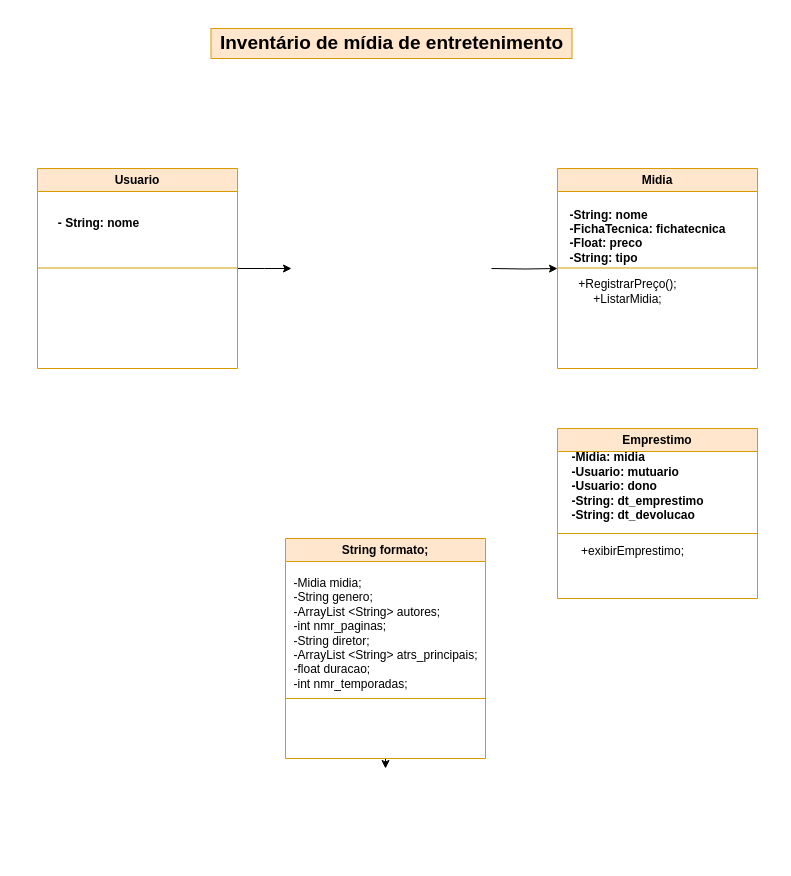
Above: media_inventory(flowchart).drawio in EliasGabrielSA/-media_inventory (draw.io), before the change. Source tidied: cells renumbered, new cells numbered last; positions are measured from the earlier drawing's top-left corner, leaving out a move shared by most shapes. Both pictures are drawn from the tidied source at 100%, with x=0, y=0 at pixel (37, 28).
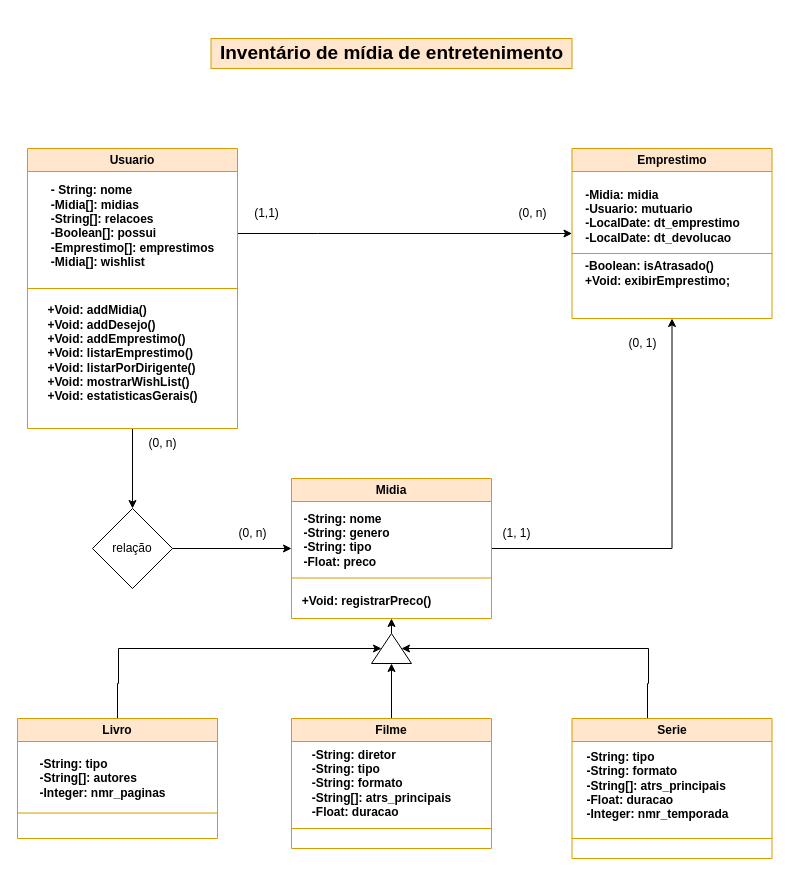
Above is the later version.

Diff of the diagram source:
```diff
@@
-    <mxCell id="2" style="edgeStyle=orthogonalEdgeStyle;rounded=0;jettySize=auto;html=1;entryX=0;entryY=0.5;entryDx=0;entryDy=0;" parent="1" edge="1" source="3">
-      <mxGeometry relative="1" as="geometry">
-        <mxPoint x="254" y="240" as="targetPoint" />
-      </mxGeometry>
-    </mxCell>
+    <mxCell id="20" style="edgeStyle=orthogonalEdgeStyle;rounded=0;jettySize=auto;html=1;" parent="1" edge="1" source="3" target="16">
+      <mxGeometry relative="1" as="geometry">
+        <Array as="points">
+          <mxPoint x="280" y="205" />
+          <mxPoint x="280" y="205" />
+        </Array>
+      </mxGeometry>
+    </mxCell>
+    <mxCell id="21" style="edgeStyle=orthogonalEdgeStyle;rounded=0;jettySize=auto;html=1;entryX=0.5;entryY=0;entryDx=0;entryDy=0;" parent="1" edge="1" source="3" target="41">
+      <mxGeometry relative="1" as="geometry" />
+    </mxCell>
     <mxCell id="3" value="Usuario" style="swimlane;whiteSpace=wrap;html=1;startSize=23;fillColor=#ffe6cc;strokeColor=#d79b00;" parent="1" vertex="1">
-      <mxGeometry y="140" width="200" height="200" as="geometry" />
+      <mxGeometry x="-10" y="120" width="210" height="280" as="geometry" />
     </mxCell>
-    <mxCell id="4" value="&lt;div style=&quot;text-align: justify;&quot;&gt;&lt;span style=&quot;background-color: initial;&quot;&gt;&lt;b&gt;- String: nome&lt;/b&gt;&lt;/span&gt;&lt;/div&gt;" style="text;html=1;align=center;verticalAlign=middle;strokeColor=none;fillColor=none;" parent="3" vertex="1">
-      <mxGeometry x="11" y="40" width="100" height="30" as="geometry" />
+    <mxCell id="4" value="&lt;div style=&quot;text-align: justify;&quot;&gt;&lt;span style=&quot;background-color: initial;&quot;&gt;&lt;b&gt;- String: nome&lt;/b&gt;&lt;/span&gt;&lt;/div&gt;&lt;div style=&quot;text-align: justify;&quot;&gt;&lt;span style=&quot;background-color: initial;&quot;&gt;&lt;b&gt;-Midia[]: midias&lt;/b&gt;&lt;/span&gt;&lt;/div&gt;&lt;div style=&quot;text-align: justify;&quot;&gt;&lt;span style=&quot;background-color: initial;&quot;&gt;&lt;b&gt;-String[]: relacoes&lt;/b&gt;&lt;/span&gt;&lt;/div&gt;&lt;div style=&quot;text-align: justify;&quot;&gt;&lt;span style=&quot;background-color: initial;&quot;&gt;&lt;b&gt;-Boolean[]: possui&lt;/b&gt;&lt;/span&gt;&lt;/div&gt;&lt;div style=&quot;text-align: justify;&quot;&gt;&lt;span style=&quot;background-color: initial;&quot;&gt;&lt;b&gt;-Emprestimo[]: emprestimos&lt;/b&gt;&lt;/span&gt;&lt;/div&gt;&lt;div style=&quot;text-align: justify;&quot;&gt;&lt;span style=&quot;background-color: initial;&quot;&gt;&lt;b&gt;-Midia[]: wishlist&lt;/b&gt;&lt;/span&gt;&lt;/div&gt;&lt;div style=&quot;text-align: justify;&quot;&gt;&lt;br&gt;&lt;/div&gt;" style="text;html=1;align=center;verticalAlign=middle;strokeColor=none;fillColor=none;" parent="3" vertex="1">
+      <mxGeometry x="10" y="30" width="190" height="110" as="geometry" />
     </mxCell>
-    <mxCell id="5" style="endArrow=none;html=1;rounded=0;fillColor=#ffe6cc;strokeColor=#d79b00;" parent="3" edge="1">
-      <mxGeometry relative="1" as="geometry">
-        <mxPoint y="99.5" as="sourcePoint" />
-        <mxPoint x="200" y="99.5" as="targetPoint" />
-      </mxGeometry>
-    </mxCell>
+    <mxCell id="22" value="&lt;div style=&quot;text-align: justify;&quot;&gt;&lt;b style=&quot;background-color: initial;&quot;&gt;+Void: addMidia()&lt;/b&gt;&lt;/div&gt;&lt;b&gt;&lt;div style=&quot;text-align: justify;&quot;&gt;&lt;b style=&quot;background-color: initial;&quot;&gt;+Void: addDesejo()&lt;/b&gt;&lt;/div&gt;&lt;div style=&quot;text-align: justify;&quot;&gt;&lt;b style=&quot;background-color: initial;&quot;&gt;+Void: addEmprestimo()&lt;/b&gt;&lt;/div&gt;&lt;div style=&quot;text-align: justify;&quot;&gt;&lt;b style=&quot;background-color: initial;&quot;&gt;+Void: listarEmprestimo()&lt;/b&gt;&lt;/div&gt;&lt;div style=&quot;text-align: justify;&quot;&gt;&lt;b style=&quot;background-color: initial;&quot;&gt;+Void: listarPorDirigente()&lt;/b&gt;&lt;/div&gt;&lt;div style=&quot;text-align: justify;&quot;&gt;&lt;b style=&quot;background-color: initial;&quot;&gt;+Void: mostrarWishList()&lt;/b&gt;&lt;/div&gt;&lt;div style=&quot;text-align: justify;&quot;&gt;&lt;b style=&quot;background-color: initial;&quot;&gt;+Void: estatisticasGerais()&lt;/b&gt;&lt;/div&gt;&lt;/b&gt;" style="text;html=1;align=center;verticalAlign=middle;strokeColor=none;fillColor=none;" parent="3" vertex="1">
+      <mxGeometry x="10" y="150" width="170" height="110" as="geometry" />
+    </mxCell>
     <mxCell id="6" value="&lt;h2 style=&quot;text-align: justify;&quot;&gt;&lt;span style=&quot;background-color: initial;&quot;&gt;&lt;font style=&quot;font-size: 19px;&quot;&gt;Inventário de mídia de entretenimento&lt;/font&gt;&lt;/span&gt;&lt;/h2&gt;" style="text;html=1;strokeColor=#d79b00;fillColor=#ffe6cc;align=center;verticalAlign=middle;whiteSpace=wrap;rounded=0;" parent="1" vertex="1">
-      <mxGeometry x="173.5" width="361" height="30" as="geometry" />
+      <mxGeometry x="173.5" y="10" width="361" height="30" as="geometry" />
     </mxCell>
+    <mxCell id="23" style="edgeStyle=orthogonalEdgeStyle;rounded=0;jettySize=auto;html=1;entryX=0.5;entryY=1;entryDx=0;entryDy=0;" parent="1" edge="1" source="7" target="16">
+      <mxGeometry relative="1" as="geometry" />
+    </mxCell>
     <mxCell id="7" value="Midia" style="swimlane;whiteSpace=wrap;html=1;startSize=23;fillColor=#ffe6cc;strokeColor=#d79b00;" parent="1" vertex="1">
-      <mxGeometry x="520" y="140" width="200" height="200" as="geometry" />
+      <mxGeometry x="254" y="450" width="200" height="140" as="geometry" />
     </mxCell>
-    <mxCell id="8" value="&lt;div style=&quot;text-align: justify;&quot;&gt;&lt;span style=&quot;background-color: initial;&quot;&gt;&lt;b&gt;-String: nome&lt;/b&gt;&lt;/span&gt;&lt;/div&gt;&lt;div style=&quot;text-align: justify;&quot;&gt;&lt;b style=&quot;background-color: initial;&quot;&gt;-FichaTecnica: fichatecnica&lt;/b&gt;&lt;/div&gt;&lt;div style=&quot;text-align: justify;&quot;&gt;&lt;b style=&quot;background-color: initial;&quot;&gt;-Float: preco&lt;/b&gt;&lt;/div&gt;&lt;div style=&quot;text-align: justify;&quot;&gt;&lt;div style=&quot;border-color: var(--border-color);&quot;&gt;&lt;b style=&quot;border-color: var(--border-color);&quot;&gt;-String: tipo&lt;/b&gt;&lt;/div&gt;&lt;div&gt;&lt;b style=&quot;border-color: var(--border-color);&quot;&gt;&lt;br&gt;&lt;/b&gt;&lt;/div&gt;&lt;/div&gt;" style="text;html=1;align=center;verticalAlign=middle;strokeColor=none;fillColor=none;" parent="7" vertex="1">
-      <mxGeometry y="30" width="180" height="90" as="geometry" />
+    <mxCell id="8" value="&lt;div style=&quot;text-align: justify;&quot;&gt;&lt;span style=&quot;background-color: initial;&quot;&gt;&lt;b&gt;-String: nome&lt;/b&gt;&lt;/span&gt;&lt;/div&gt;&lt;div style=&quot;text-align: justify;&quot;&gt;&lt;b style=&quot;background-color: initial;&quot;&gt;-String: genero&lt;/b&gt;&lt;/div&gt;&lt;div style=&quot;text-align: justify;&quot;&gt;&lt;b style=&quot;background-color: initial;&quot;&gt;-String: tipo&lt;/b&gt;&lt;/div&gt;&lt;div style=&quot;text-align: justify;&quot;&gt;&lt;b style=&quot;background-color: initial; border-color: var(--border-color);&quot;&gt;-Float: preco&lt;/b&gt;&lt;/div&gt;&lt;div style=&quot;text-align: justify;&quot;&gt;&lt;div&gt;&lt;b style=&quot;border-color: var(--border-color);&quot;&gt;&lt;br&gt;&lt;/b&gt;&lt;/div&gt;&lt;/div&gt;" style="text;html=1;align=center;verticalAlign=middle;strokeColor=none;fillColor=none;" parent="7" vertex="1">
+      <mxGeometry y="24" width="110" height="90" as="geometry" />
     </mxCell>
@@
-    <mxCell id="10" style="edgeStyle=orthogonalEdgeStyle;rounded=0;jettySize=auto;html=1;entryX=1;entryY=0.5;entryDx=0;entryDy=0;" parent="1" edge="1" source="11">
-      <mxGeometry relative="1" as="geometry">
-        <mxPoint x="348" y="740" as="targetPoint" />
-        <Array as="points">
-          <mxPoint x="348" y="710" />
-          <mxPoint x="348" y="710" />
-        </Array>
-      </mxGeometry>
-    </mxCell>
+    <mxCell id="15" value="&lt;div style=&quot;text-align: justify;&quot;&gt;&lt;b style=&quot;background-color: initial;&quot;&gt;+Void:&amp;nbsp;registrarPreco()&lt;/b&gt;&lt;/div&gt;" style="text;html=1;align=center;verticalAlign=middle;strokeColor=none;fillColor=none;" parent="7" vertex="1">
+      <mxGeometry y="108" width="150" height="30" as="geometry" />
+    </mxCell>
+    <mxCell id="24" style="edgeStyle=orthogonalEdgeStyle;rounded=0;jettySize=auto;html=1;entryX=0.5;entryY=0;entryDx=0;entryDy=0;" parent="1" edge="1" source="11" target="37">
+      <mxGeometry relative="1" as="geometry">
+        <Array as="points">
+          <mxPoint x="80" y="655" />
+          <mxPoint x="81" y="655" />
+          <mxPoint x="81" y="620" />
+        </Array>
+      </mxGeometry>
+    </mxCell>
-    <mxCell id="11" value="String formato;" style="swimlane;whiteSpace=wrap;html=1;startSize=23;fillColor=#ffe6cc;strokeColor=#d79b00;" parent="1" vertex="1">
-      <mxGeometry x="248" y="510" width="200" height="220" as="geometry" />
+    <mxCell id="11" value="Livro" style="swimlane;whiteSpace=wrap;html=1;startSize=23;fillColor=#ffe6cc;strokeColor=#d79b00;" parent="1" vertex="1">
+      <mxGeometry x="-20" y="690" width="200" height="120" as="geometry" />
     </mxCell>
-    <mxCell id="12" value="&lt;div style=&quot;text-align: justify;&quot;&gt;&lt;div&gt;-Midia midia;&lt;/div&gt;&lt;div&gt;-String genero;&lt;/div&gt;&lt;div&gt;-ArrayList &amp;lt;String&amp;gt; autores;&lt;/div&gt;&lt;div&gt;-int nmr_paginas;&lt;/div&gt;&lt;div&gt;-String diretor;&lt;/div&gt;&lt;div&gt;-ArrayList &amp;lt;String&amp;gt; atrs_principais;&lt;/div&gt;&lt;div&gt;-float duracao;&lt;/div&gt;&lt;div&gt;&lt;span style=&quot;background-color: initial;&quot;&gt;-int nmr_temporadas;&lt;/span&gt;&lt;/div&gt;&lt;/div&gt;" style="text;html=1;align=center;verticalAlign=middle;strokeColor=none;fillColor=none;" parent="11" vertex="1">
-      <mxGeometry x="-5" y="30" width="210" height="130" as="geometry" />
+    <mxCell id="12" value="&lt;div style=&quot;text-align: justify;&quot;&gt;&lt;br&gt;&lt;/div&gt;" style="text;html=1;align=center;verticalAlign=middle;strokeColor=none;fillColor=none;" parent="11" vertex="1">
+      <mxGeometry x="90" y="80" width="20" height="30" as="geometry" />
     </mxCell>
     <mxCell id="13" style="endArrow=none;html=1;rounded=0;fillColor=#ffe6cc;strokeColor=#d79b00;" parent="11" edge="1">
       <mxGeometry relative="1" as="geometry">
-        <mxPoint y="160" as="sourcePoint" />
-        <mxPoint x="200" y="160" as="targetPoint" />
+        <mxPoint y="94.5" as="sourcePoint" />
+        <mxPoint x="200" y="94.5" as="targetPoint" />
       </mxGeometry>
     </mxCell>
-    <mxCell id="14" style="edgeStyle=orthogonalEdgeStyle;rounded=0;jettySize=auto;html=1;entryX=0;entryY=0.5;entryDx=0;entryDy=0;" parent="1" edge="1" target="7">
-      <mxGeometry relative="1" as="geometry">
-        <mxPoint x="454" y="240" as="sourcePoint" />
-      </mxGeometry>
-    </mxCell>
-    <mxCell id="15" value="+RegistrarPreço();&lt;br&gt;+ListarMidia;&lt;br&gt;" style="text;html=1;align=center;verticalAlign=middle;strokeColor=none;fillColor=none;" parent="1" vertex="1">
-      <mxGeometry x="530" y="243" width="120" height="40" as="geometry" />
-    </mxCell>
+    <mxCell id="25" value="&lt;div style=&quot;text-align: justify;&quot;&gt;&lt;b style=&quot;background-color: initial;&quot;&gt;-String: tipo&lt;/b&gt;&lt;/div&gt;&lt;b&gt;&lt;div style=&quot;text-align: justify;&quot;&gt;&lt;b style=&quot;background-color: initial;&quot;&gt;-String[]: autores&lt;/b&gt;&lt;/div&gt;&lt;div style=&quot;text-align: justify;&quot;&gt;&lt;b style=&quot;background-color: initial;&quot;&gt;-Integer: nmr_paginas&lt;/b&gt;&lt;/div&gt;&lt;/b&gt;" style="text;html=1;align=center;verticalAlign=middle;strokeColor=none;fillColor=none;" parent="11" vertex="1">
+      <mxGeometry x="10" y="30" width="150" height="60" as="geometry" />
+    </mxCell>
     <mxCell id="16" value="Emprestimo" style="swimlane;whiteSpace=wrap;html=1;startSize=23;fillColor=#ffe6cc;strokeColor=#d79b00;" parent="1" vertex="1">
-      <mxGeometry x="520" y="400" width="200" height="170" as="geometry" />
+      <mxGeometry x="534.5" y="120" width="200" height="170" as="geometry" />
     </mxCell>
-    <mxCell id="17" value="&lt;div style=&quot;text-align: justify;&quot;&gt;&lt;b&gt;-Midia: midia&lt;/b&gt;&lt;/div&gt;&lt;div style=&quot;text-align: justify;&quot;&gt;&lt;b&gt;-Usuario: mutuario&lt;/b&gt;&lt;/div&gt;&lt;div style=&quot;text-align: justify;&quot;&gt;&lt;b style=&quot;background-color: initial;&quot;&gt;-Usuario: dono&lt;/b&gt;&lt;/div&gt;&lt;div style=&quot;text-align: justify;&quot;&gt;&lt;b style=&quot;background-color: initial;&quot;&gt;-String: dt_emprestimo&lt;/b&gt;&lt;/div&gt;&lt;div style=&quot;text-align: justify;&quot;&gt;&lt;b&gt;-String: dt_devolucao&lt;/b&gt;&lt;/div&gt;&lt;div style=&quot;text-align: justify;&quot;&gt;&lt;b&gt;&lt;br&gt;&lt;/b&gt;&lt;/div&gt;" style="text;html=1;align=center;verticalAlign=middle;strokeColor=none;fillColor=none;" parent="16" vertex="1">
-      <mxGeometry y="15" width="160" height="100" as="geometry" />
+    <mxCell id="17" value="&lt;div style=&quot;text-align: justify;&quot;&gt;&lt;b&gt;-Midia: midia&lt;/b&gt;&lt;/div&gt;&lt;div style=&quot;text-align: justify;&quot;&gt;&lt;b&gt;-Usuario: mutuario&lt;/b&gt;&lt;/div&gt;&lt;div style=&quot;text-align: justify;&quot;&gt;&lt;b style=&quot;background-color: initial;&quot;&gt;-LocalDate: dt_emprestimo&lt;/b&gt;&lt;/div&gt;&lt;div style=&quot;text-align: justify;&quot;&gt;&lt;b&gt;-LocalDate: dt_devolucao&lt;/b&gt;&lt;/div&gt;&lt;div style=&quot;text-align: justify;&quot;&gt;&lt;b&gt;&lt;br&gt;&lt;/b&gt;&lt;/div&gt;" style="text;html=1;align=center;verticalAlign=middle;strokeColor=none;fillColor=none;" parent="16" vertex="1">
+      <mxGeometry y="30" width="180" height="90" as="geometry" />
     </mxCell>
@@
-    <mxCell id="19" value="+exibirEmprestimo;" style="text;html=1;align=center;verticalAlign=middle;strokeColor=none;fillColor=none;" parent="16" vertex="1">
-      <mxGeometry x="10" y="108" width="130" height="30" as="geometry" />
+    <mxCell id="19" value="&lt;div style=&quot;text-align: justify;&quot;&gt;&lt;b style=&quot;background-color: initial;&quot;&gt;-Boolean:&amp;nbsp;isAtrasado()&lt;/b&gt;&lt;/div&gt;&lt;b&gt;&lt;div style=&quot;text-align: justify;&quot;&gt;&lt;b style=&quot;background-color: initial;&quot;&gt;+Void: exibirEmprestimo;&lt;/b&gt;&lt;/div&gt;&lt;/b&gt;" style="text;html=1;align=center;verticalAlign=middle;strokeColor=none;fillColor=none;" parent="16" vertex="1">
+      <mxGeometry y="105" width="170" height="40" as="geometry" />
     </mxCell>
+    <mxCell id="5" style="endArrow=none;html=1;rounded=0;fillColor=#ffe6cc;strokeColor=#d79b00;exitX=0;exitY=0.5;exitDx=0;exitDy=0;entryX=1;entryY=0.5;entryDx=0;entryDy=0;" parent="1" edge="1" source="3" target="3">
+      <mxGeometry relative="1" as="geometry" />
+    </mxCell>
+    <mxCell id="26" style="edgeStyle=orthogonalEdgeStyle;rounded=0;jettySize=auto;html=1;exitX=0.5;exitY=0;exitDx=0;exitDy=0;entryX=0;entryY=0.5;entryDx=0;entryDy=0;" parent="1" edge="1" source="27" target="37">
+      <mxGeometry relative="1" as="geometry" />
+    </mxCell>
+    <mxCell id="27" value="Filme" style="swimlane;whiteSpace=wrap;html=1;startSize=23;fillColor=#ffe6cc;strokeColor=#d79b00;" parent="1" vertex="1">
+      <mxGeometry x="254" y="690" width="200" height="130" as="geometry" />
+    </mxCell>
+    <mxCell id="28" value="&lt;div style=&quot;text-align: justify;&quot;&gt;&lt;br&gt;&lt;/div&gt;" style="text;html=1;align=center;verticalAlign=middle;strokeColor=none;fillColor=none;" parent="27" vertex="1">
+      <mxGeometry x="90" y="80" width="20" height="30" as="geometry" />
+    </mxCell>
+    <mxCell id="29" style="endArrow=none;html=1;rounded=0;fillColor=#ffe6cc;strokeColor=#d79b00;" parent="27" edge="1">
+      <mxGeometry relative="1" as="geometry">
+        <mxPoint y="110" as="sourcePoint" />
+        <mxPoint x="200" y="110" as="targetPoint" />
+      </mxGeometry>
+    </mxCell>
+    <mxCell id="30" value="&lt;div style=&quot;text-align: justify;&quot;&gt;&lt;b style=&quot;background-color: initial;&quot;&gt;-String: diretor&lt;/b&gt;&lt;/div&gt;&lt;div style=&quot;text-align: justify;&quot;&gt;&lt;b style=&quot;background-color: initial;&quot;&gt;-String: tipo&lt;/b&gt;&lt;/div&gt;&lt;div style=&quot;text-align: justify;&quot;&gt;&lt;b style=&quot;background-color: initial;&quot;&gt;-String: formato&lt;/b&gt;&lt;/div&gt;&lt;b&gt;&lt;div style=&quot;text-align: justify;&quot;&gt;&lt;b style=&quot;background-color: initial;&quot;&gt;-String[]: atrs_principais&lt;/b&gt;&lt;/div&gt;&lt;div style=&quot;text-align: justify;&quot;&gt;&lt;b style=&quot;background-color: initial;&quot;&gt;-Float: duracao&lt;/b&gt;&lt;/div&gt;&lt;/b&gt;" style="text;html=1;align=center;verticalAlign=middle;strokeColor=none;fillColor=none;" parent="27" vertex="1">
+      <mxGeometry x="10" y="20" width="160" height="90" as="geometry" />
+    </mxCell>
+    <mxCell id="31" style="edgeStyle=orthogonalEdgeStyle;rounded=0;jettySize=auto;html=1;entryX=0.5;entryY=1;entryDx=0;entryDy=0;" parent="1" edge="1" source="32" target="37">
+      <mxGeometry relative="1" as="geometry">
+        <Array as="points">
+          <mxPoint x="610" y="655" />
+          <mxPoint x="611" y="655" />
+          <mxPoint x="611" y="620" />
+        </Array>
+      </mxGeometry>
+    </mxCell>
+    <mxCell id="32" value="Serie" style="swimlane;whiteSpace=wrap;html=1;startSize=23;fillColor=#ffe6cc;strokeColor=#d79b00;" parent="1" vertex="1">
+      <mxGeometry x="534.5" y="690" width="200" height="140" as="geometry" />
+    </mxCell>
+    <mxCell id="33" value="&lt;div style=&quot;text-align: justify;&quot;&gt;&lt;br&gt;&lt;/div&gt;" style="text;html=1;align=center;verticalAlign=middle;strokeColor=none;fillColor=none;" parent="32" vertex="1">
+      <mxGeometry x="90" y="80" width="20" height="30" as="geometry" />
+    </mxCell>
+    <mxCell id="34" style="endArrow=none;html=1;rounded=0;fillColor=#ffe6cc;strokeColor=#d79b00;" parent="32" edge="1">
+      <mxGeometry relative="1" as="geometry">
+        <mxPoint y="120" as="sourcePoint" />
+        <mxPoint x="200" y="120" as="targetPoint" />
+      </mxGeometry>
+    </mxCell>
+    <mxCell id="35" value="&lt;div style=&quot;text-align: justify;&quot;&gt;&lt;br&gt;&lt;/div&gt;&lt;div style=&quot;text-align: justify;&quot;&gt;&lt;b style=&quot;background-color: initial;&quot;&gt;-String: tipo&lt;/b&gt;&lt;/div&gt;&lt;div style=&quot;text-align: justify;&quot;&gt;&lt;b style=&quot;background-color: initial;&quot;&gt;-String: formato&lt;/b&gt;&lt;/div&gt;&lt;b&gt;&lt;div style=&quot;text-align: justify;&quot;&gt;&lt;b style=&quot;background-color: initial;&quot;&gt;-String[]: atrs_principais&lt;/b&gt;&lt;/div&gt;&lt;div style=&quot;text-align: justify;&quot;&gt;&lt;b style=&quot;background-color: initial;&quot;&gt;-Float: duracao&lt;/b&gt;&lt;/div&gt;&lt;div style=&quot;text-align: justify;&quot;&gt;&lt;b style=&quot;background-color: initial;&quot;&gt;-Integer: nmr_temporada&lt;/b&gt;&lt;/div&gt;&lt;/b&gt;" style="text;html=1;align=center;verticalAlign=middle;strokeColor=none;fillColor=none;" parent="32" vertex="1">
+      <mxGeometry y="10" width="170" height="100" as="geometry" />
+    </mxCell>
+    <mxCell id="36" style="edgeStyle=orthogonalEdgeStyle;rounded=0;jettySize=auto;html=1;exitX=1;exitY=0.5;exitDx=0;exitDy=0;entryX=0.5;entryY=1;entryDx=0;entryDy=0;" parent="1" edge="1" source="37" target="7">
+      <mxGeometry relative="1" as="geometry" />
+    </mxCell>
+    <mxCell id="37" style="triangle;whiteSpace=wrap;html=1;rotation=-90;" parent="1" vertex="1">
+      <mxGeometry x="339" y="600" width="30" height="40" as="geometry" />
+    </mxCell>
+    <mxCell id="38" value="(1,1)" style="text;html=1;align=center;verticalAlign=middle;strokeColor=none;fillColor=none;" parent="1" vertex="1">
+      <mxGeometry x="204" y="170" width="50" height="30" as="geometry" />
+    </mxCell>
+    <mxCell id="39" value="(0, n)" style="text;html=1;align=center;verticalAlign=middle;strokeColor=none;fillColor=none;" parent="1" vertex="1">
+      <mxGeometry x="470" y="170" width="50" height="30" as="geometry" />
+    </mxCell>
+    <mxCell id="40" style="edgeStyle=orthogonalEdgeStyle;rounded=0;jettySize=auto;html=1;" parent="1" edge="1" source="41" target="7">
+      <mxGeometry relative="1" as="geometry" />
+    </mxCell>
+    <mxCell id="41" value="relação" style="rhombus;whiteSpace=wrap;html=1;" parent="1" vertex="1">
+      <mxGeometry x="55" y="480" width="80" height="80" as="geometry" />
+    </mxCell>
+    <mxCell id="42" value="(1, 1)" style="text;html=1;align=center;verticalAlign=middle;strokeColor=none;fillColor=none;" parent="1" vertex="1">
+      <mxGeometry x="454" y="490" width="50" height="30" as="geometry" />
+    </mxCell>
+    <mxCell id="43" value="(0, 1)" style="text;html=1;align=center;verticalAlign=middle;strokeColor=none;fillColor=none;" parent="1" vertex="1">
+      <mxGeometry x="580" y="300" width="50" height="30" as="geometry" />
+    </mxCell>
+    <mxCell id="44" value="(0, n)" style="text;html=1;align=center;verticalAlign=middle;strokeColor=none;fillColor=none;" parent="1" vertex="1">
+      <mxGeometry x="190" y="490" width="50" height="30" as="geometry" />
+    </mxCell>
+    <mxCell id="45" value="(0, n)" style="text;html=1;align=center;verticalAlign=middle;strokeColor=none;fillColor=none;" parent="1" vertex="1">
+      <mxGeometry x="100" y="400" width="50" height="30" as="geometry" />
+    </mxCell>
```
